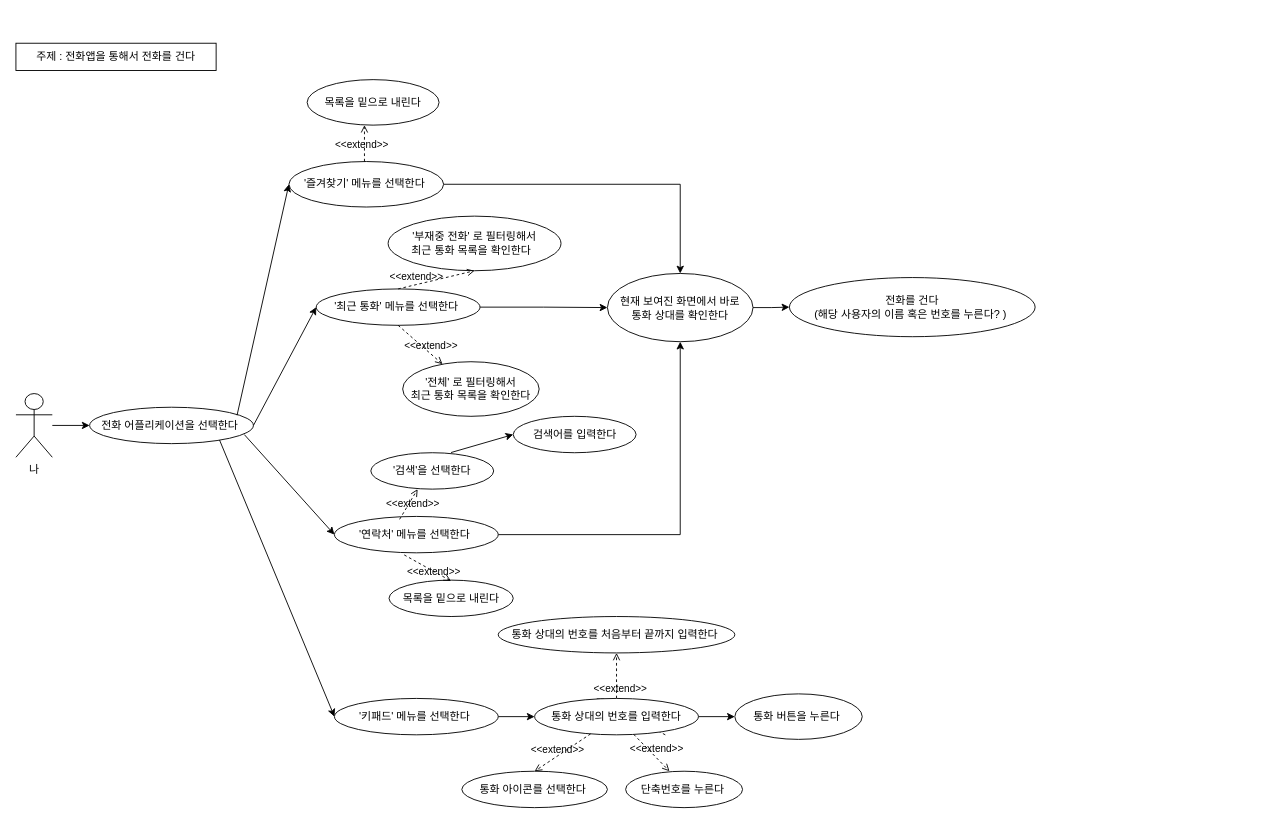
Jin-bright/diagram_study keeps this draw.io diagram as usecase_diagram/app.drawio. Above is the earlier version. Source tidied: cells renumbered, new cells numbered last; positions are measured from the earlier drawing's top-left corner, leaving out a move shared by most shapes. Both pictures are drawn from the tidied source at 91%, with x=0, y=0 at pixel (15, 43).
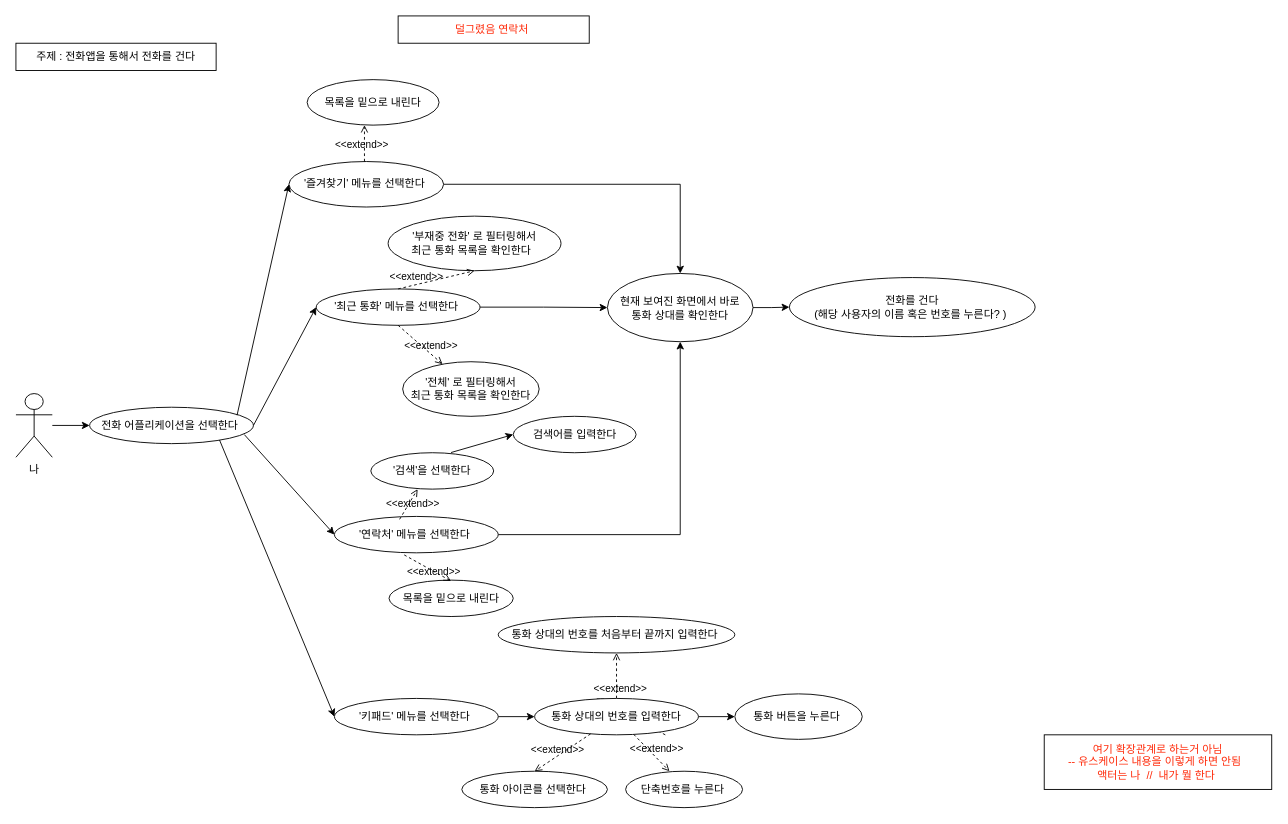
The same page after the edit.

The edit, as a diff of the source:
```diff
@@
+    <mxCell id="43" value="&lt;font color=&quot;#ff2908&quot;&gt;여기 확장관계로 하는거 아님 &lt;br&gt;-- 유스케이스 내용을 이렇게 하면 안됨&amp;nbsp;&amp;nbsp;&lt;br&gt;액터는 나&amp;nbsp; //&amp;nbsp; 내가 뭘 한다&lt;/font&gt;&lt;font color=&quot;#d91717&quot;&gt;&amp;nbsp;&lt;/font&gt;" style="rounded=0;whiteSpace=wrap;html=1;" parent="1" vertex="1">
+      <mxGeometry x="1130" y="760" width="250" height="60" as="geometry" />
+    </mxCell>
+    <mxCell id="44" value="&lt;font color=&quot;#ff2908&quot;&gt;덜그렸음 연락처&amp;nbsp;&lt;/font&gt;" style="rounded=0;whiteSpace=wrap;html=1;" parent="1" vertex="1">
+      <mxGeometry x="420" y="-30" width="210" height="30" as="geometry" />
+    </mxCell>
```
